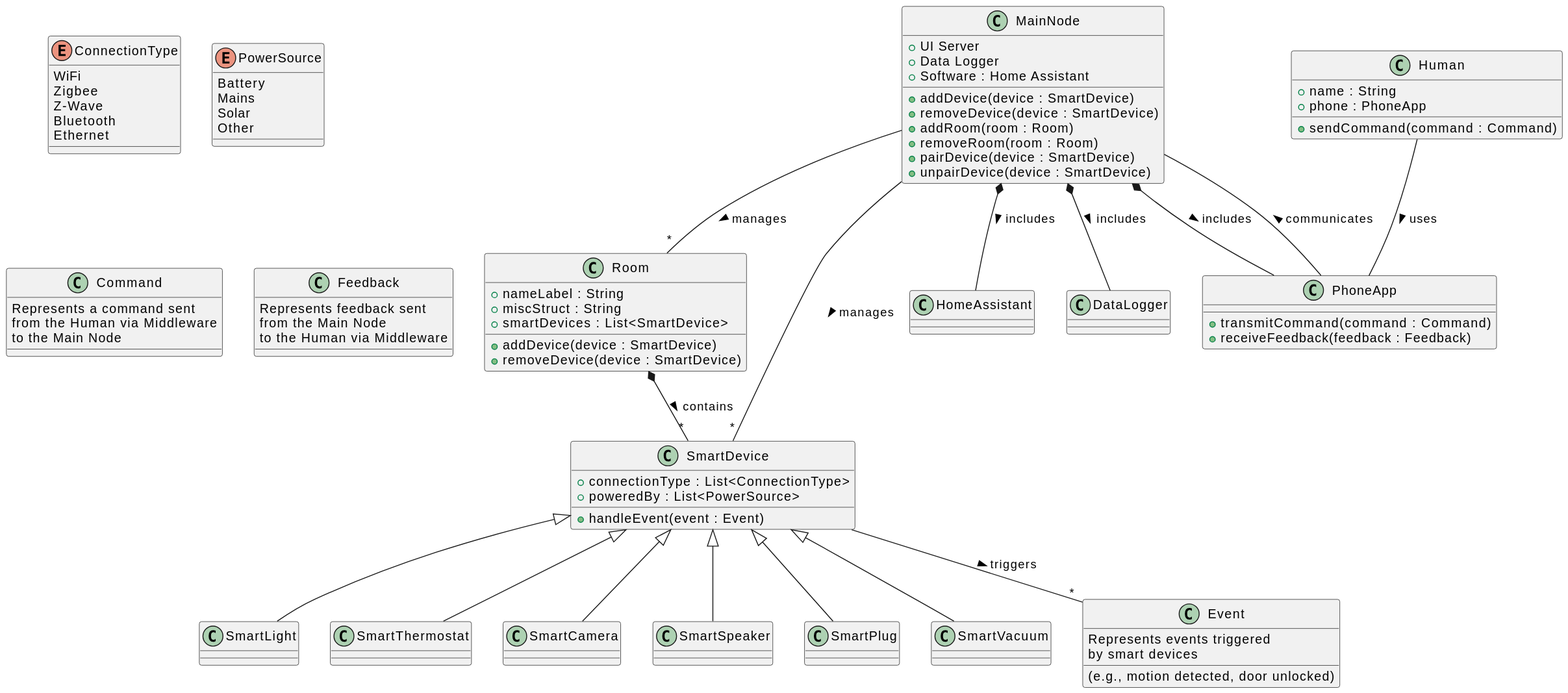
Above: diagram.svg in OkunElya/UML-OOP (PlantUML), before the change. The source it was exported from:
```plantuml
@startuml

enum ConnectionType {
    WiFi
    Zigbee
    Z-Wave
    Bluetooth
    Ethernet
}

enum PowerSource {
    Battery
    Mains
    Solar
    Other
}


class MainNode {
    + UI Server
    + Data Logger
    + Software : Home Assistant
    + addDevice(device : SmartDevice)
    + removeDevice(device : SmartDevice)
    + addRoom(room : Room)
    + removeRoom(room : Room)
    + pairDevice(device : SmartDevice)
    + unpairDevice(device : SmartDevice)
}

class Room {
    + nameLabel : String
    + miscStruct : String
    + smartDevices : List<SmartDevice>
    + addDevice(device : SmartDevice)
    + removeDevice(device : SmartDevice)
}

class SmartDevice {
    + connectionType : List<ConnectionType>
    + poweredBy : List<PowerSource>
    + handleEvent(event : Event)
}

class SmartLight
class SmartThermostat
class SmartCamera
class SmartSpeaker
class SmartPlug
class SmartVacuum

class HomeAssistant {
}

class DataLogger {
}

class PhoneApp {
    + transmitCommand(command : Command)
    + receiveFeedback(feedback : Feedback)
}

class Human {
    + name : String
    + phone : PhoneApp
    + sendCommand(command : Command)
}

class Event {
    Represents events triggered
    by smart devices
    (e.g., motion detected, door unlocked)
}

class Command {
    Represents a command sent
    from the Human via Middleware
    to the Main Node
}

class Feedback {
     Represents feedback sent
     from the Main Node
     to the Human via Middleware
}


MainNode -- "*" Room : manages >
MainNode -- "*" SmartDevice : manages >
MainNode *-- HomeAssistant : includes >
MainNode *-- DataLogger : includes >
MainNode *-- PhoneApp : includes >

Room *-- "*" SmartDevice : contains >

SmartDevice <|-- SmartLight
SmartDevice <|-- SmartThermostat
SmartDevice <|-- SmartCamera
SmartDevice <|-- SmartSpeaker
SmartDevice <|-- SmartPlug
SmartDevice <|-- SmartVacuum

SmartDevice -- "*" Event : triggers >

Human -- PhoneApp : uses >
PhoneApp -- MainNode : communicates >
@enduml
```
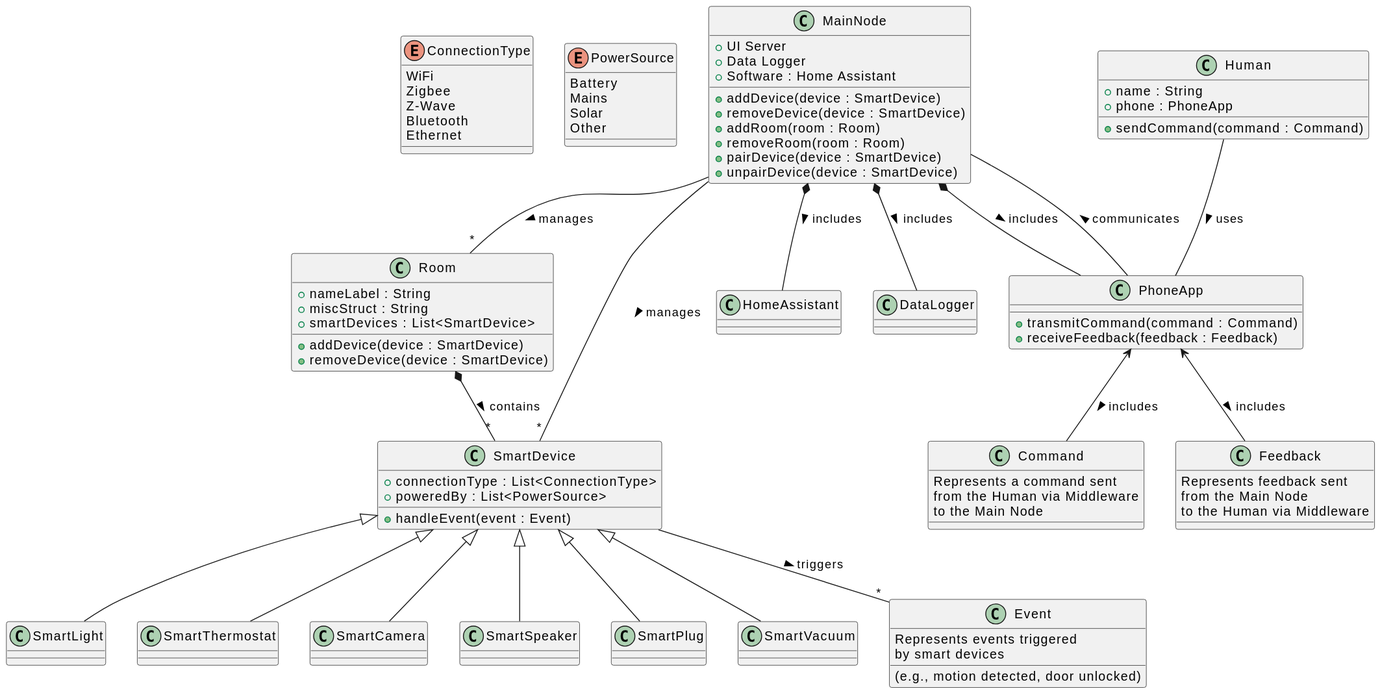
The same file after the commit.

Commit message:
added connections to feedback and command

Diff of the diagram source:
```diff
@@ -104,4 +104,6 @@
 
 Human -- PhoneApp : uses >
 PhoneApp -- MainNode : communicates >
+PhoneApp  <-- Feedback : includes  >
+PhoneApp  <-- Command : includes  >
 @enduml
```
